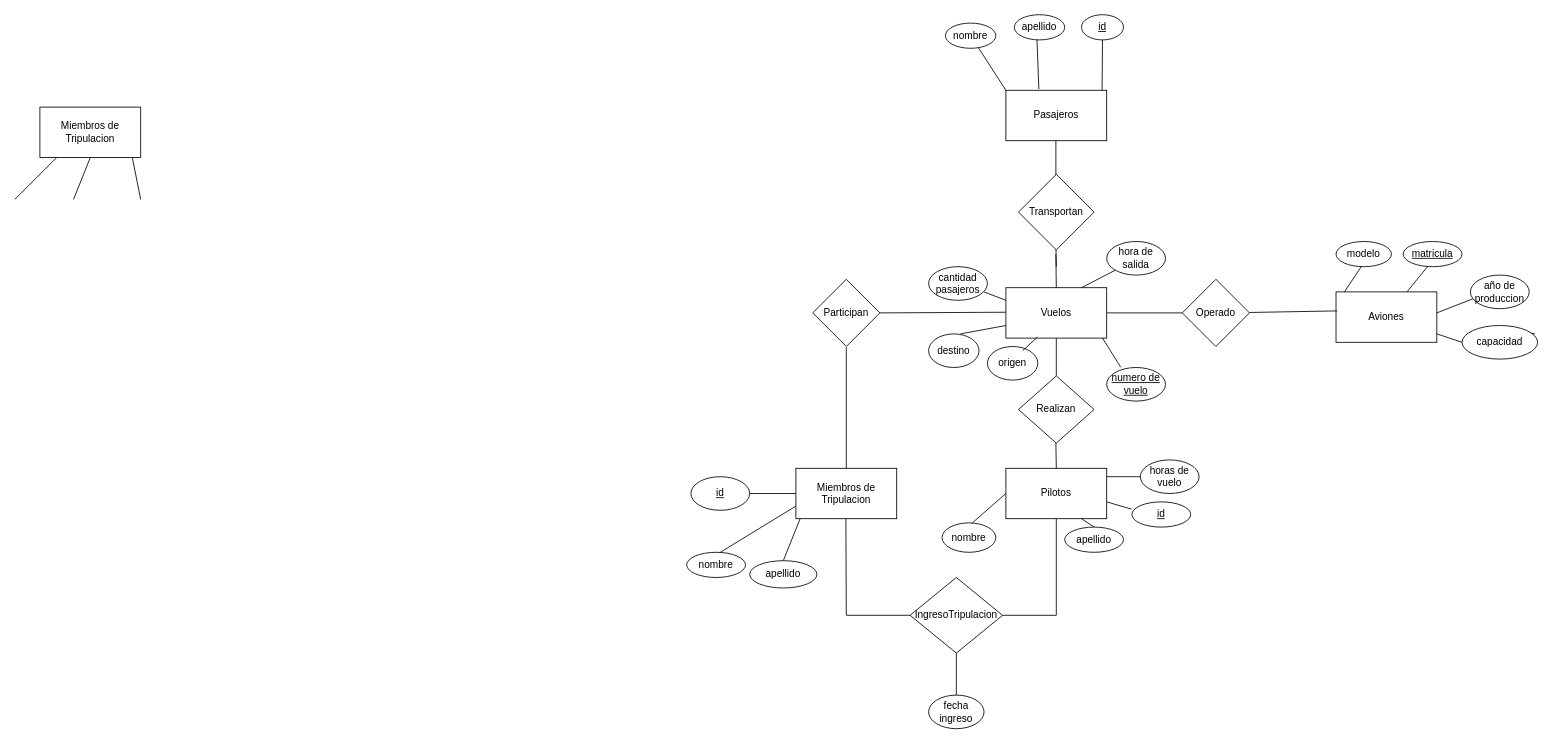
Earlier version of the draw.io diagram Diagrama sin título.drawio (NoeAvalos/Base-de-datos-Compa-ia-aerea). Source tidied: cells renumbered, new cells numbered last; positions are measured from the earlier drawing's top-left corner, leaving out a move shared by most shapes. Both pictures are drawn from the tidied source at 84%, with x=0, y=0 at pixel (14, 14).
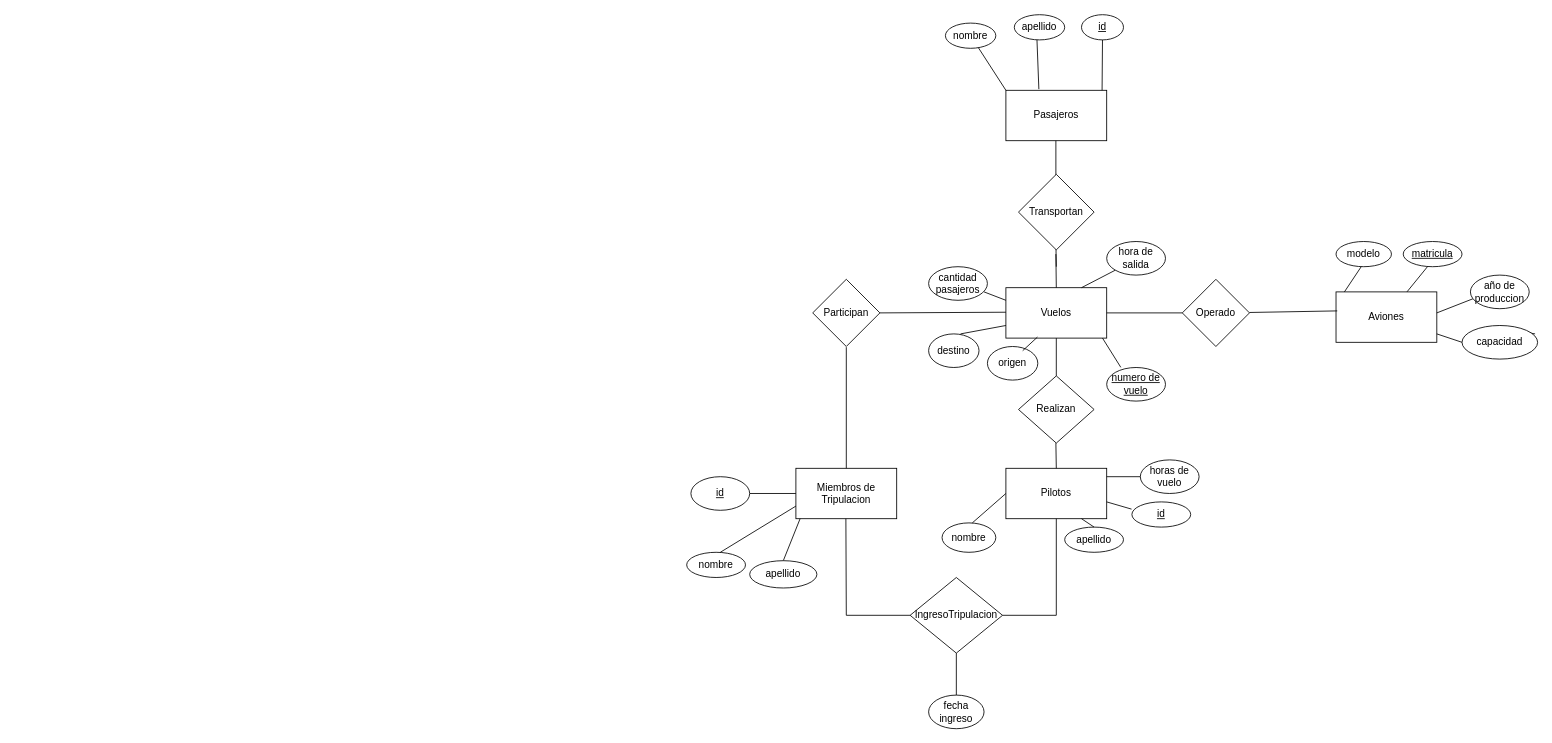
After the change.

What changed in the source:
```diff
@@
-    <mxCell id="19" style="endArrow=none;html=1;rounded=0;" parent="1" edge="1">
-      <mxGeometry relative="1" as="geometry">
-        <mxPoint y="220" as="sourcePoint" />
-        <mxPoint x="50" y="170" as="targetPoint" />
-      </mxGeometry>
-    </mxCell>
-    <mxCell id="20" style="endArrow=none;html=1;rounded=0;" parent="1" edge="1">
-      <mxGeometry relative="1" as="geometry">
-        <mxPoint x="70" y="220" as="sourcePoint" />
-        <mxPoint x="90" y="170" as="targetPoint" />
-      </mxGeometry>
-    </mxCell>
-    <mxCell id="21" style="endArrow=none;html=1;rounded=0;" parent="1" edge="1">
-      <mxGeometry relative="1" as="geometry">
-        <mxPoint x="150" y="220" as="sourcePoint" />
-        <mxPoint x="140" y="170" as="targetPoint" />
-      </mxGeometry>
-    </mxCell>
-    <mxCell id="22" value="Miembros de Tripulacion" style="rounded=0;whiteSpace=wrap;html=1;" parent="1" vertex="1">
-      <mxGeometry x="30" y="110" width="120" height="60" as="geometry" />
-    </mxCell>
```
